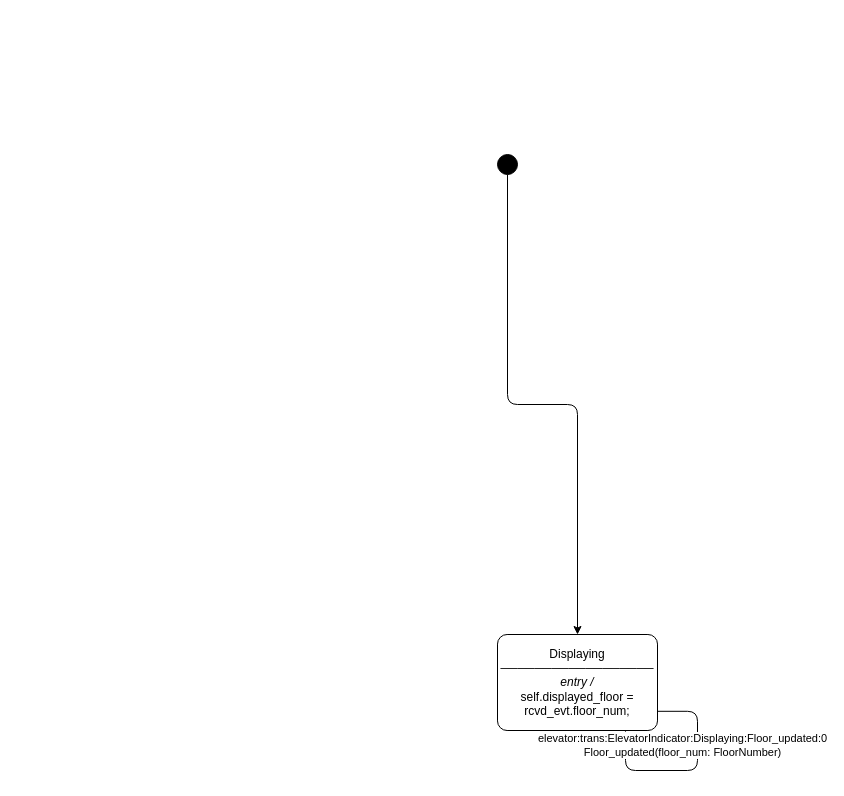
Before: examples/elevator/.design/model/diagrams/Elevator-ElevatorIndicator.drawio in BChaloux-Cyn/MDF-Simulator, a draw.io diagram. Source tidied: cells renumbered, new cells numbered last; positions are measured from the earlier drawing's top-left corner, leaving out a move shared by most shapes. Both pictures are drawn from the tidied source at 100%, with x=0, y=0 at pixel (497, 154).
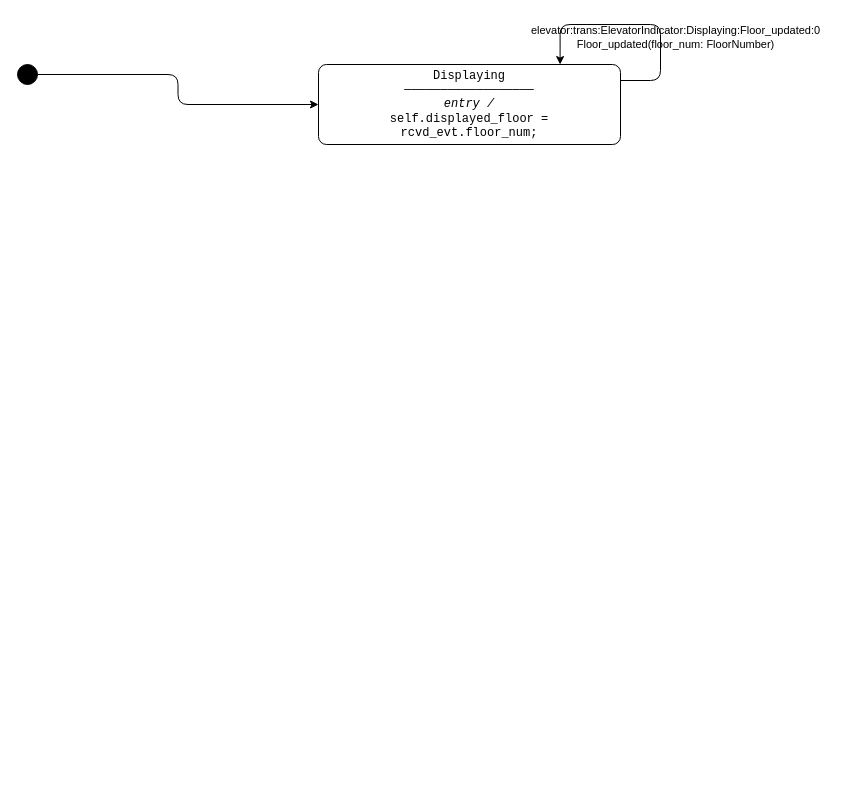
The same diagram, later.

The edit, as a diff of the source:
```diff
@@
-<mxGraphModel>
+<mxGraphModel background="#FFFFFF">
   <root>
     <mxCell id="0" />
     <mxCell id="1" parent="0" />
     <mxCell id="2" style="ellipse;whiteSpace=wrap;html=1;fillColor=#000000;strokeColor=#000000;" parent="1" vertex="1">
-      <mxGeometry width="20" height="20" as="geometry" />
+      <mxGeometry x="-480" y="-90" width="20" height="20" as="geometry" />
     </mxCell>
-    <mxCell id="3" value="Displaying&lt;br&gt;──────────────────&lt;br&gt;&lt;i&gt;entry /&lt;/i&gt;&lt;br&gt;self.displayed_floor = rcvd_evt.floor_num;" style="rounded=1;whiteSpace=wrap;html=1;arcSize=10;" parent="1" vertex="1">
-      <mxGeometry y="480" width="160" height="96" as="geometry" />
+    <mxCell id="3" value="Displaying&lt;br&gt;──────────────────&lt;br&gt;&lt;i&gt;entry /&lt;/i&gt;&lt;br&gt;self.displayed_floor = rcvd_evt.floor_num;" style="rounded=1;whiteSpace=wrap;html=1;arcSize=10;fontFamily=Courier New;" parent="1" vertex="1">
+      <mxGeometry x="-179" y="-90" width="302" height="80" as="geometry" />
     </mxCell>
-    <mxCell id="4" style="edgeStyle=orthogonalEdgeStyle;html=1;exitX=0.5;exitY=1.0;exitDx=0;exitDy=0;entryX=0.5;entryY=0.0;entryDx=0;entryDy=0;" parent="1" edge="1" source="2" target="3">
+    <mxCell id="4" style="edgeStyle=orthogonalEdgeStyle;html=1;labelBackgroundColor=none;exitX=1.0;exitY=0.5;exitDx=0;exitDy=0;entryX=0.0;entryY=0.5;entryDx=0;entryDy=0;" parent="1" edge="1" source="2" target="3">
       <mxGeometry relative="1" as="geometry" />
     </mxCell>
-    <mxCell id="5" value="elevator:trans:ElevatorIndicator:Displaying:Floor_updated:0&lt;br&gt;Floor_updated(floor_num: FloorNumber)" style="edgeStyle=orthogonalEdgeStyle;html=1;exitX=1.0;exitY=0.8;exitDx=0;exitDy=0;entryX=0.8;entryY=1.0;entryDx=0;entryDy=0;" parent="1" edge="1" source="3" target="3">
+    <mxCell id="5" value="elevator:trans:ElevatorIndicator:Displaying:Floor_updated:0&lt;br&gt;Floor_updated(floor_num: FloorNumber)" style="edgeStyle=orthogonalEdgeStyle;html=1;labelBackgroundColor=none;exitX=1.0;exitY=0.2;exitDx=0;exitDy=0;entryX=0.8;entryY=0.0;entryDx=0;entryDy=0;" parent="1" edge="1" source="3" target="3">
       <mxGeometry x="-0.3" y="-15" relative="1" as="geometry">
         <Array as="points">
-          <mxPoint x="200" y="556" />
-          <mxPoint x="200" y="616" />
-          <mxPoint x="128" y="616" />
+          <mxPoint x="163" y="-74" />
+          <mxPoint x="163" y="-130" />
+          <mxPoint x="62" y="-130" />
         </Array>
       </mxGeometry>
     </mxCell>
   </root>
 </mxGraphModel>
```
